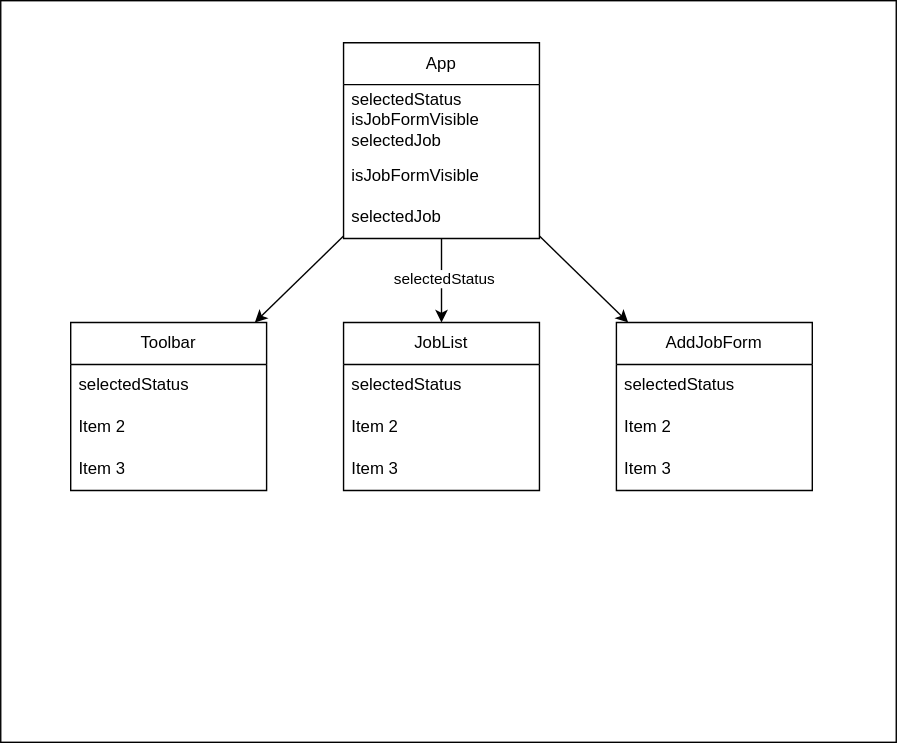
Above: day11-react-forms-and-lifting-state/component-diagram.drawio.svg in CSI-Tech-Talent-Pipeline/Summer-2023-preinternship (draw.io), before the change. Source tidied: cells renumbered, new cells last; positions are measured from the earlier drawing's top-left corner, leaving out a move shared by most shapes. The source it was exported from:
```xml
<mxGraphModel>
  <root>
    <mxCell id="0" />
    <mxCell id="1" parent="0" />
    <mxCell id="2" style="rounded=0;whiteSpace=wrap;html=1;" parent="1" vertex="1">
      <mxGeometry width="640" height="530" as="geometry" />
    </mxCell>
    <mxCell id="3" style="edgeStyle=none;html=1;" parent="1" edge="1" source="7" target="11">
      <mxGeometry relative="1" as="geometry" />
    </mxCell>
    <mxCell id="4" value="selectedStatus" style="edgeLabel;html=1;align=center;verticalAlign=middle;" parent="3" vertex="1">
      <mxGeometry x="-0.06" y="1" relative="1" as="geometry" />
    </mxCell>
    <mxCell id="5" style="edgeStyle=none;html=1;" parent="1" edge="1" source="7" target="15">
      <mxGeometry relative="1" as="geometry" />
    </mxCell>
    <mxCell id="6" style="edgeStyle=none;html=1;" parent="1" edge="1" source="7" target="19">
      <mxGeometry relative="1" as="geometry" />
    </mxCell>
    <mxCell id="7" value="App" style="swimlane;fontStyle=0;horizontal=1;startSize=30;whiteSpace=wrap;html=1;" parent="1" vertex="1">
      <mxGeometry x="245" y="30" width="140" height="140" as="geometry" />
    </mxCell>
    <mxCell id="8" value="selectedStatus&lt;br&gt;isJobFormVisible&lt;br&gt;selectedJob" style="text;strokeColor=none;fillColor=none;align=left;verticalAlign=middle;spacingLeft=4;spacingRight=4;overflow=hidden;whiteSpace=wrap;html=1;" parent="7" vertex="1">
      <mxGeometry y="30" width="140" height="50" as="geometry" />
    </mxCell>
    <mxCell id="9" value="isJobFormVisible" style="text;strokeColor=none;fillColor=none;align=left;verticalAlign=middle;spacingLeft=4;spacingRight=4;overflow=hidden;whiteSpace=wrap;html=1;" parent="7" vertex="1">
      <mxGeometry y="80" width="140" height="30" as="geometry" />
    </mxCell>
    <mxCell id="10" value="selectedJob" style="text;strokeColor=none;fillColor=none;align=left;verticalAlign=middle;spacingLeft=4;spacingRight=4;overflow=hidden;whiteSpace=wrap;html=1;" parent="7" vertex="1">
      <mxGeometry y="110" width="140" height="30" as="geometry" />
    </mxCell>
    <mxCell id="11" value="JobList" style="swimlane;fontStyle=0;horizontal=1;startSize=30;whiteSpace=wrap;html=1;" parent="1" vertex="1">
      <mxGeometry x="245" y="230" width="140" height="120" as="geometry" />
    </mxCell>
    <mxCell id="12" value="selectedStatus" style="text;strokeColor=none;fillColor=none;align=left;verticalAlign=middle;spacingLeft=4;spacingRight=4;overflow=hidden;whiteSpace=wrap;html=1;" parent="11" vertex="1">
      <mxGeometry y="30" width="140" height="30" as="geometry" />
    </mxCell>
    <mxCell id="13" value="Item 2" style="text;strokeColor=none;fillColor=none;align=left;verticalAlign=middle;spacingLeft=4;spacingRight=4;overflow=hidden;whiteSpace=wrap;html=1;" parent="11" vertex="1">
      <mxGeometry y="60" width="140" height="30" as="geometry" />
    </mxCell>
    <mxCell id="14" value="Item 3" style="text;strokeColor=none;fillColor=none;align=left;verticalAlign=middle;spacingLeft=4;spacingRight=4;overflow=hidden;whiteSpace=wrap;html=1;" parent="11" vertex="1">
      <mxGeometry y="90" width="140" height="30" as="geometry" />
    </mxCell>
    <mxCell id="15" value="AddJobForm" style="swimlane;fontStyle=0;horizontal=1;startSize=30;whiteSpace=wrap;html=1;" parent="1" vertex="1">
      <mxGeometry x="440" y="230" width="140" height="120" as="geometry" />
    </mxCell>
    <mxCell id="16" value="selectedStatus" style="text;strokeColor=none;fillColor=none;align=left;verticalAlign=middle;spacingLeft=4;spacingRight=4;overflow=hidden;whiteSpace=wrap;html=1;" parent="15" vertex="1">
      <mxGeometry y="30" width="140" height="30" as="geometry" />
    </mxCell>
    <mxCell id="17" value="Item 2" style="text;strokeColor=none;fillColor=none;align=left;verticalAlign=middle;spacingLeft=4;spacingRight=4;overflow=hidden;whiteSpace=wrap;html=1;" parent="15" vertex="1">
      <mxGeometry y="60" width="140" height="30" as="geometry" />
    </mxCell>
    <mxCell id="18" value="Item 3" style="text;strokeColor=none;fillColor=none;align=left;verticalAlign=middle;spacingLeft=4;spacingRight=4;overflow=hidden;whiteSpace=wrap;html=1;" parent="15" vertex="1">
      <mxGeometry y="90" width="140" height="30" as="geometry" />
    </mxCell>
    <mxCell id="19" value="Toolbar" style="swimlane;fontStyle=0;horizontal=1;startSize=30;whiteSpace=wrap;html=1;" parent="1" vertex="1">
      <mxGeometry x="50" y="230" width="140" height="120" as="geometry" />
    </mxCell>
    <mxCell id="20" value="selectedStatus" style="text;strokeColor=none;fillColor=none;align=left;verticalAlign=middle;spacingLeft=4;spacingRight=4;overflow=hidden;whiteSpace=wrap;html=1;" parent="19" vertex="1">
      <mxGeometry y="30" width="140" height="30" as="geometry" />
    </mxCell>
    <mxCell id="21" value="Item 2" style="text;strokeColor=none;fillColor=none;align=left;verticalAlign=middle;spacingLeft=4;spacingRight=4;overflow=hidden;whiteSpace=wrap;html=1;" parent="19" vertex="1">
      <mxGeometry y="60" width="140" height="30" as="geometry" />
    </mxCell>
    <mxCell id="22" value="Item 3" style="text;strokeColor=none;fillColor=none;align=left;verticalAlign=middle;spacingLeft=4;spacingRight=4;overflow=hidden;whiteSpace=wrap;html=1;" parent="19" vertex="1">
      <mxGeometry y="90" width="140" height="30" as="geometry" />
    </mxCell>
  </root>
</mxGraphModel>
```
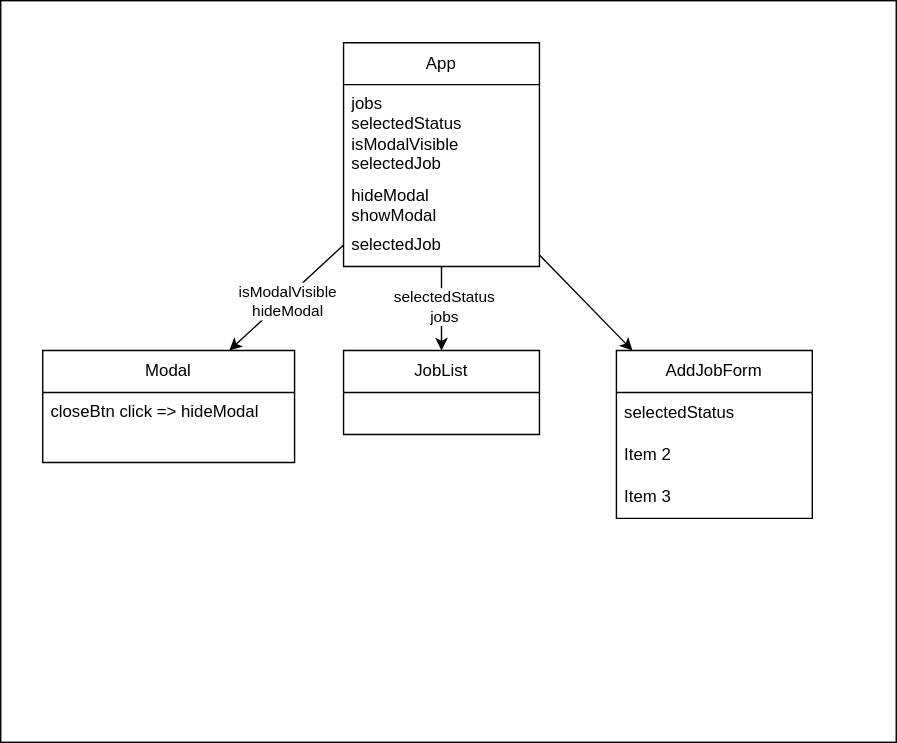
Later version of the same file.

The edit, as a diff of the source:
```diff
@@ -8,7 +8,7 @@
     <mxCell id="3" style="edgeStyle=none;html=1;" parent="1" edge="1" source="7" target="11">
       <mxGeometry relative="1" as="geometry" />
     </mxCell>
-    <mxCell id="4" value="selectedStatus" style="edgeLabel;html=1;align=center;verticalAlign=middle;" parent="3" vertex="1">
+    <mxCell id="4" value="selectedStatus&lt;br&gt;jobs" style="edgeLabel;html=1;align=center;verticalAlign=middle;" parent="3" vertex="1">
       <mxGeometry x="-0.06" y="1" relative="1" as="geometry" />
     </mxCell>
     <mxCell id="5" style="edgeStyle=none;html=1;" parent="1" edge="1" source="7" target="15">
@@ -17,32 +17,26 @@
     <mxCell id="6" style="edgeStyle=none;html=1;" parent="1" edge="1" source="7" target="19">
       <mxGeometry relative="1" as="geometry" />
     </mxCell>
+    <mxCell id="23" value="isModalVisible&lt;br&gt;hideModal" style="edgeLabel;html=1;align=center;verticalAlign=middle;" parent="6" vertex="1">
+      <mxGeometry x="0.02" y="2" relative="1" as="geometry" />
+    </mxCell>
     <mxCell id="7" value="App" style="swimlane;fontStyle=0;horizontal=1;startSize=30;whiteSpace=wrap;html=1;" parent="1" vertex="1">
-      <mxGeometry x="245" y="30" width="140" height="140" as="geometry" />
+      <mxGeometry x="245" y="30" width="140" height="160" as="geometry" />
     </mxCell>
-    <mxCell id="8" value="selectedStatus&lt;br&gt;isJobFormVisible&lt;br&gt;selectedJob" style="text;strokeColor=none;fillColor=none;align=left;verticalAlign=middle;spacingLeft=4;spacingRight=4;overflow=hidden;whiteSpace=wrap;html=1;" parent="7" vertex="1">
-      <mxGeometry y="30" width="140" height="50" as="geometry" />
+    <mxCell id="8" value="jobs&lt;br&gt;selectedStatus&lt;br&gt;isModalVisible&lt;br&gt;selectedJob" style="text;strokeColor=none;fillColor=none;align=left;verticalAlign=middle;spacingLeft=4;spacingRight=4;overflow=hidden;whiteSpace=wrap;html=1;" parent="7" vertex="1">
+      <mxGeometry y="30" width="140" height="70" as="geometry" />
     </mxCell>
-    <mxCell id="9" value="isJobFormVisible" style="text;strokeColor=none;fillColor=none;align=left;verticalAlign=middle;spacingLeft=4;spacingRight=4;overflow=hidden;whiteSpace=wrap;html=1;" parent="7" vertex="1">
-      <mxGeometry y="80" width="140" height="30" as="geometry" />
+    <mxCell id="9" value="hideModal&lt;br&gt;showModal" style="text;strokeColor=none;fillColor=none;align=left;verticalAlign=middle;spacingLeft=4;spacingRight=4;overflow=hidden;whiteSpace=wrap;html=1;" parent="7" vertex="1">
+      <mxGeometry y="100" width="140" height="30" as="geometry" />
     </mxCell>
     <mxCell id="10" value="selectedJob" style="text;strokeColor=none;fillColor=none;align=left;verticalAlign=middle;spacingLeft=4;spacingRight=4;overflow=hidden;whiteSpace=wrap;html=1;" parent="7" vertex="1">
-      <mxGeometry y="110" width="140" height="30" as="geometry" />
+      <mxGeometry y="130" width="140" height="30" as="geometry" />
     </mxCell>
     <mxCell id="11" value="JobList" style="swimlane;fontStyle=0;horizontal=1;startSize=30;whiteSpace=wrap;html=1;" parent="1" vertex="1">
-      <mxGeometry x="245" y="230" width="140" height="120" as="geometry" />
+      <mxGeometry x="245" y="250" width="140" height="60" as="geometry" />
     </mxCell>
-    <mxCell id="12" value="selectedStatus" style="text;strokeColor=none;fillColor=none;align=left;verticalAlign=middle;spacingLeft=4;spacingRight=4;overflow=hidden;whiteSpace=wrap;html=1;" parent="11" vertex="1">
-      <mxGeometry y="30" width="140" height="30" as="geometry" />
-    </mxCell>
-    <mxCell id="13" value="Item 2" style="text;strokeColor=none;fillColor=none;align=left;verticalAlign=middle;spacingLeft=4;spacingRight=4;overflow=hidden;whiteSpace=wrap;html=1;" parent="11" vertex="1">
-      <mxGeometry y="60" width="140" height="30" as="geometry" />
-    </mxCell>
-    <mxCell id="14" value="Item 3" style="text;strokeColor=none;fillColor=none;align=left;verticalAlign=middle;spacingLeft=4;spacingRight=4;overflow=hidden;whiteSpace=wrap;html=1;" parent="11" vertex="1">
-      <mxGeometry y="90" width="140" height="30" as="geometry" />
-    </mxCell>
     <mxCell id="15" value="AddJobForm" style="swimlane;fontStyle=0;horizontal=1;startSize=30;whiteSpace=wrap;html=1;" parent="1" vertex="1">
-      <mxGeometry x="440" y="230" width="140" height="120" as="geometry" />
+      <mxGeometry x="440" y="250" width="140" height="120" as="geometry" />
     </mxCell>
     <mxCell id="16" value="selectedStatus" style="text;strokeColor=none;fillColor=none;align=left;verticalAlign=middle;spacingLeft=4;spacingRight=4;overflow=hidden;whiteSpace=wrap;html=1;" parent="15" vertex="1">
       <mxGeometry y="30" width="140" height="30" as="geometry" />
@@ -53,17 +47,11 @@
     <mxCell id="18" value="Item 3" style="text;strokeColor=none;fillColor=none;align=left;verticalAlign=middle;spacingLeft=4;spacingRight=4;overflow=hidden;whiteSpace=wrap;html=1;" parent="15" vertex="1">
       <mxGeometry y="90" width="140" height="30" as="geometry" />
     </mxCell>
-    <mxCell id="19" value="Toolbar" style="swimlane;fontStyle=0;horizontal=1;startSize=30;whiteSpace=wrap;html=1;" parent="1" vertex="1">
-      <mxGeometry x="50" y="230" width="140" height="120" as="geometry" />
+    <mxCell id="19" value="Modal" style="swimlane;fontStyle=0;horizontal=1;startSize=30;whiteSpace=wrap;html=1;" parent="1" vertex="1">
+      <mxGeometry x="30" y="250" width="180" height="80" as="geometry" />
     </mxCell>
-    <mxCell id="20" value="selectedStatus" style="text;strokeColor=none;fillColor=none;align=left;verticalAlign=middle;spacingLeft=4;spacingRight=4;overflow=hidden;whiteSpace=wrap;html=1;" parent="19" vertex="1">
-      <mxGeometry y="30" width="140" height="30" as="geometry" />
-    </mxCell>
-    <mxCell id="21" value="Item 2" style="text;strokeColor=none;fillColor=none;align=left;verticalAlign=middle;spacingLeft=4;spacingRight=4;overflow=hidden;whiteSpace=wrap;html=1;" parent="19" vertex="1">
-      <mxGeometry y="60" width="140" height="30" as="geometry" />
-    </mxCell>
-    <mxCell id="22" value="Item 3" style="text;strokeColor=none;fillColor=none;align=left;verticalAlign=middle;spacingLeft=4;spacingRight=4;overflow=hidden;whiteSpace=wrap;html=1;" parent="19" vertex="1">
-      <mxGeometry y="90" width="140" height="30" as="geometry" />
-    </mxCell>
+    <mxCell id="24" value="closeBtn click =&gt; hideModal" style="text;strokeColor=none;fillColor=none;spacingLeft=4;spacingRight=4;overflow=hidden;fontSize=12;" parent="19" vertex="1">
+      <mxGeometry y="30" width="180" height="50" as="geometry" />
+    </mxCell>
   </root>
 </mxGraphModel>
```
